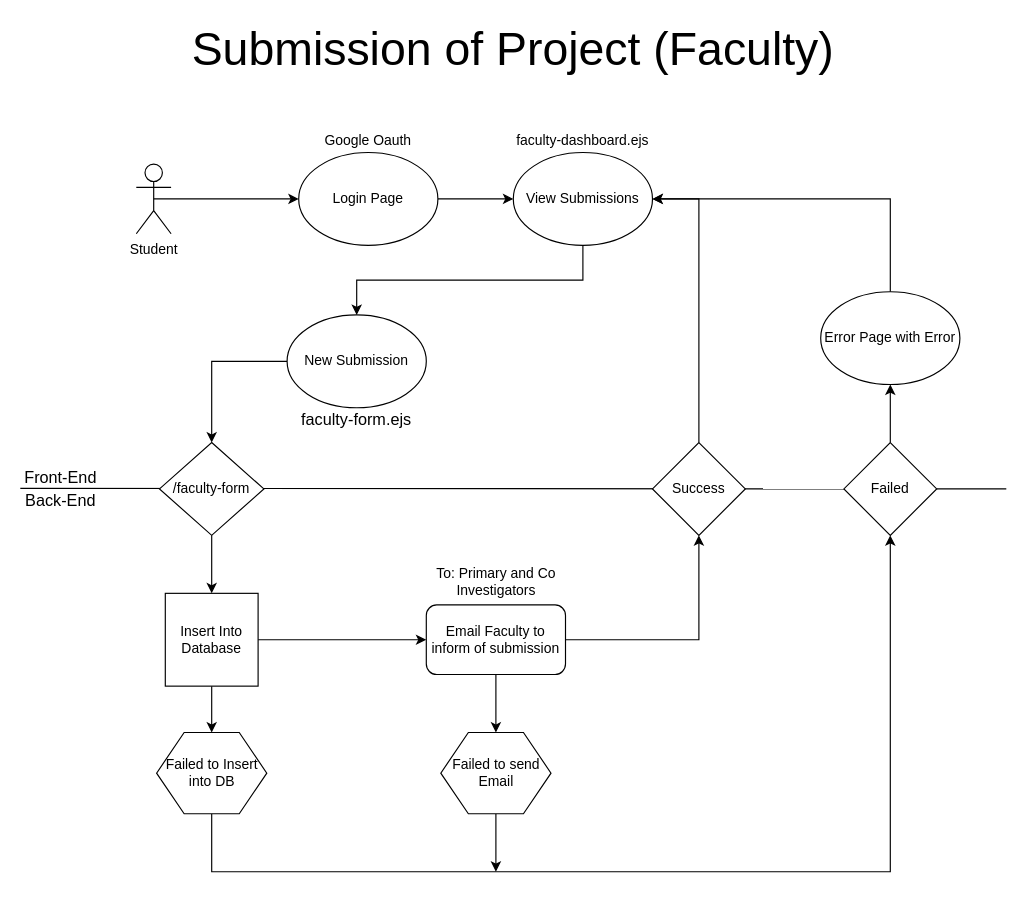
sfn-git/senior-capstone keeps this draw.io diagram as page "Faculty Flow/Submitting Project" (5 of 7) of documentation-planning/Basic System Flow for Student.drawio. Above is the earlier version. Source tidied: cells renumbered, new cells numbered last; positions are measured from the earlier drawing's top-left corner, leaving out a move shared by most shapes. Both pictures are drawn from the tidied source at 116%, with x=0, y=0 at pixel (20, 36).
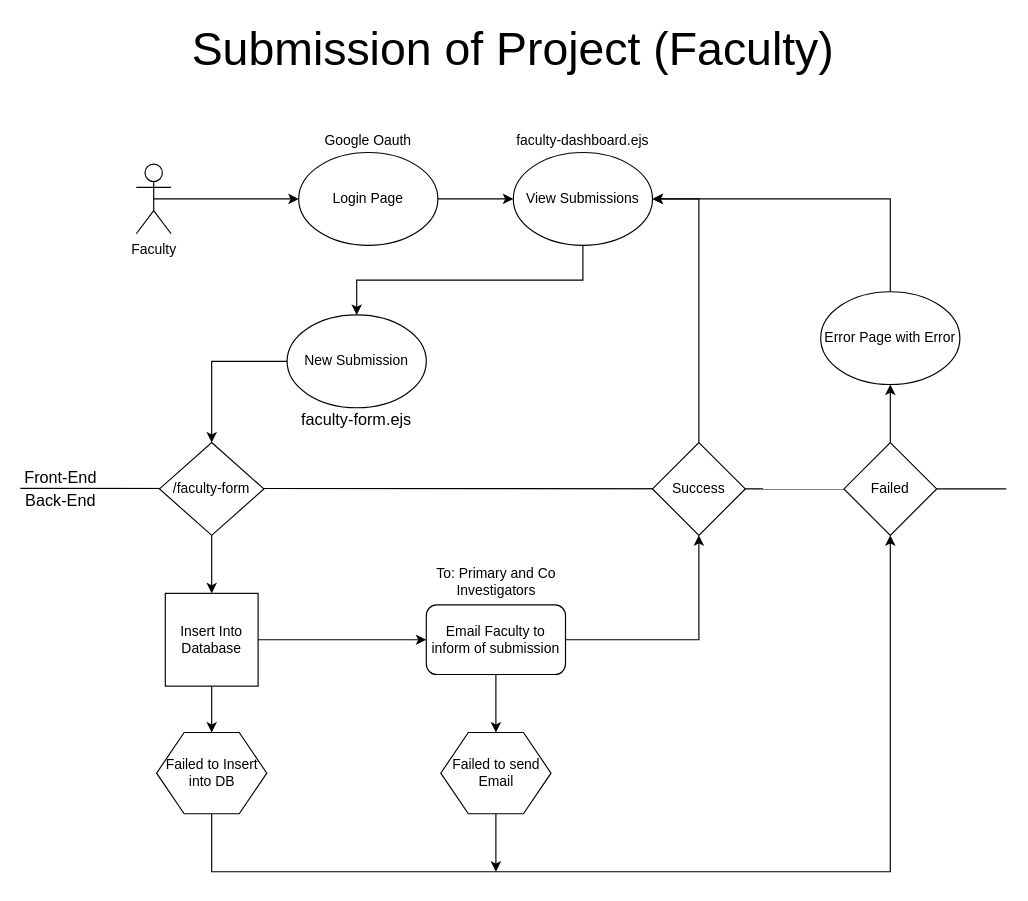
The same page after the edit.

Change to the diagram source:
```diff
@@
-    <mxCell id="3" value="Student" style="shape=umlActor;verticalLabelPosition=bottom;labelBackgroundColor=#ffffff;verticalAlign=top;html=1;outlineConnect=0;" parent="1" vertex="1">
+    <mxCell id="3" value="Faculty" style="shape=umlActor;verticalLabelPosition=bottom;labelBackgroundColor=#ffffff;verticalAlign=top;html=1;outlineConnect=0;" parent="1" vertex="1">
       <mxGeometry x="100" y="110" width="30" height="60" as="geometry" />
     </mxCell>
```
